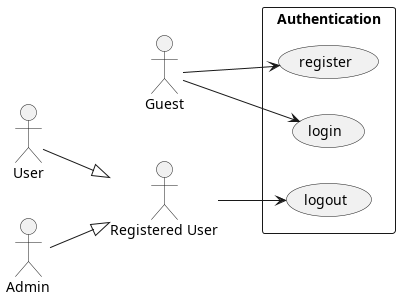
Above: diagrams/usecase/auth/auth.png in TeaChanathip/SwDev-Project (PlantUML), before the change.
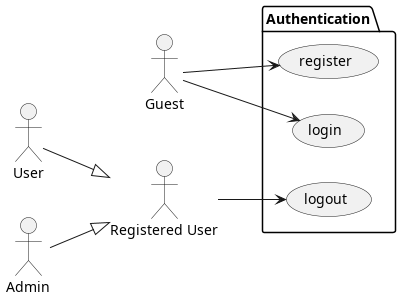
The same file after the commit.

What changed in the source:
```diff
@@ -9,7 +9,7 @@
 User --|> "Registered User"
 Admin --|> "Registered User"
 
-rectangle "Authentication" {
+package "Authentication" {
     usecase "register" as AuthUC1
     usecase "login" as AuthUC2
     usecase "logout" as AuthUC3
```
